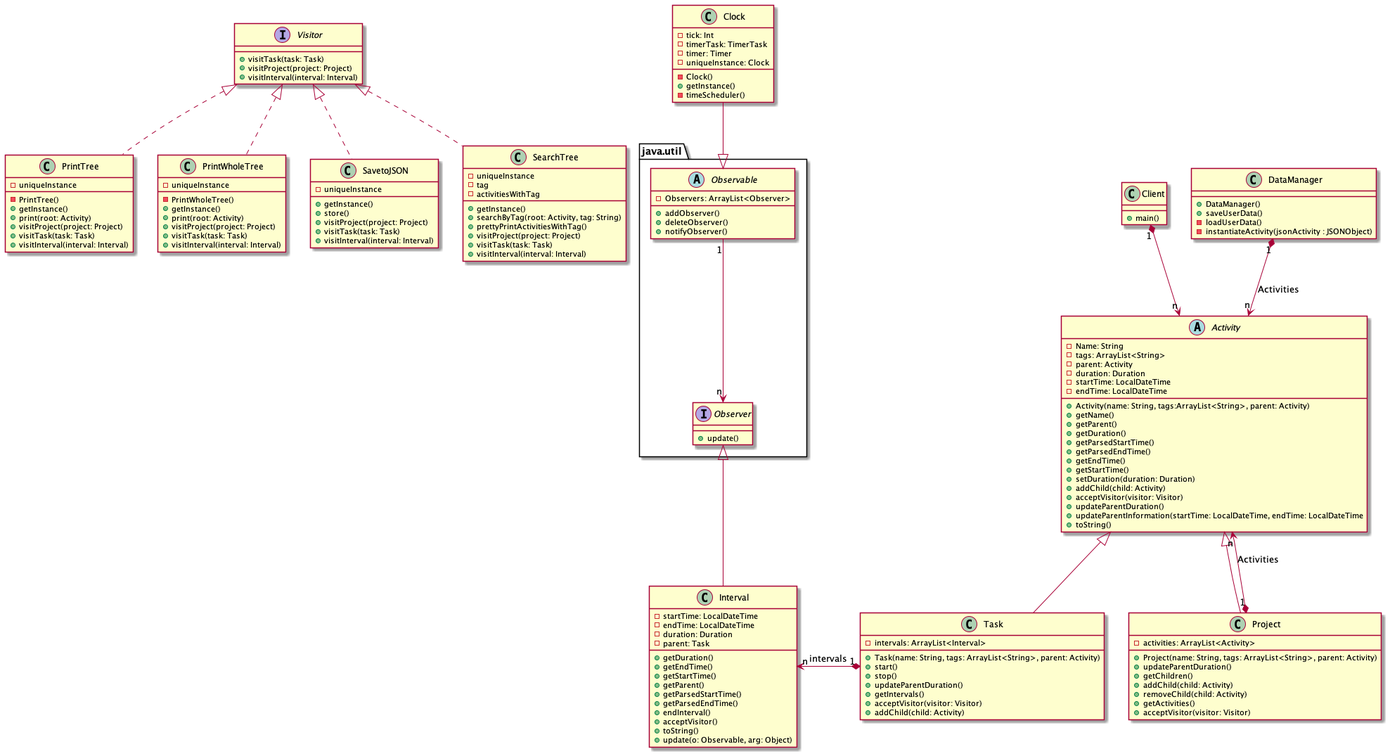
Above: DSTimeTracker.png in quimcamprubi/DS_Time_Tracker (PlantUML), before the change.
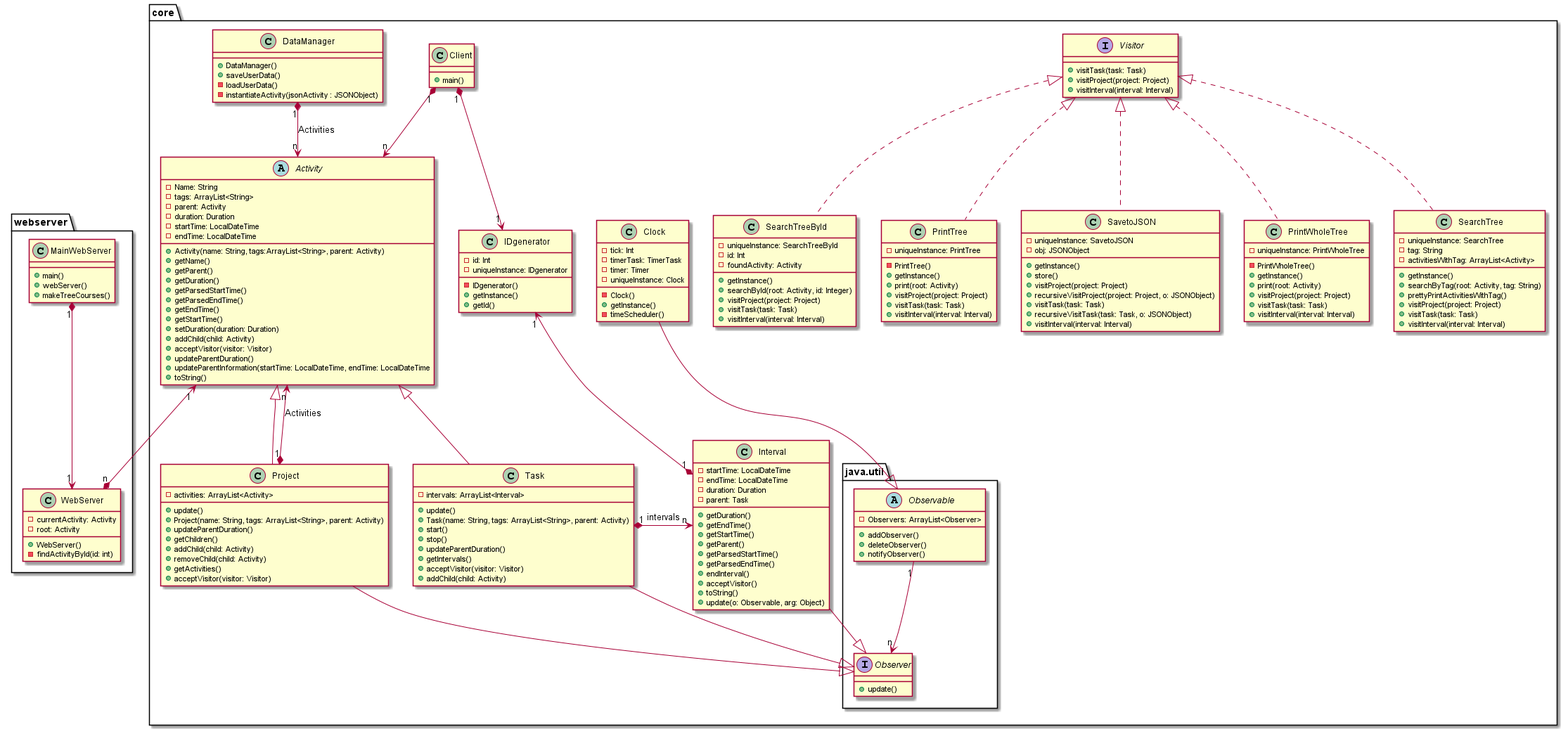
After the commit.

Commit message:
uml nou

The edit, as a diff of the source:
```diff
@@ -1,6 +1,6 @@
 @startuml
 
-
+package core <<Folder>> {
 abstract class Activity {
 - Name: String
 - tags: ArrayList<String>
@@ -25,6 +25,7 @@
 }
 
 class Project extends Activity {
++ update()
 - activities: ArrayList<Activity>
 + Project(name: String, tags: ArrayList<String>, parent: Activity)
 + updateParentDuration()
@@ -36,6 +37,7 @@
 }
 
 class Task extends Activity {
++ update()
 - intervals: ArrayList<Interval>
 + Task(name: String, tags: ArrayList<String>, parent: Activity)
 + start()
@@ -53,7 +55,7 @@
 }
 
 class PrintTree {
-- uniqueInstance
+- uniqueInstance: PrintTree
 - PrintTree()
 + getInstance()
 + print(root: Activity)
@@ -63,7 +65,7 @@
 }
 
 class PrintWholeTree {
-- uniqueInstance
+- uniqueInstance: PrintWholeTree
 - PrintWholeTree()
 + getInstance()
 + print(root: Activity)
@@ -73,21 +75,35 @@
 }
 
 class SavetoJSON {
-- uniqueInstance
+- uniqueInstance: SavetoJSON
+- obj: JSONObject
 + getInstance()
 + store()
++ visitProject(project: Project)
++ recursiveVisitProject(project: Project, o: JSONObject)
++ visitTask(task: Task)
++ recursiveVisitTask(task: Task, o: JSONObject)
++ visitInterval(interval: Interval)
+}
+
+class SearchTree {
+- uniqueInstance: SearchTree
+- tag: String
+- activitiesWithTag: ArrayList<Activity>
++ getInstance()
++ searchByTag(root: Activity, tag: String)
++ prettyPrintActivitiesWithTag()
 + visitProject(project: Project)
 + visitTask(task: Task)
 + visitInterval(interval: Interval)
 }
 
-class SearchTree {
-- uniqueInstance
-- tag
-- activitiesWithTag
+class SearchTreeById {
+- uniqueInstance: SearchTreeById
+- id: Int
+- foundActivity: Activity
 + getInstance()
-+ searchByTag(root: Activity, tag: String)
-+ prettyPrintActivitiesWithTag()
++ searchById(root: Activity, id: Integer)
 + visitProject(project: Project)
 + visitTask(task: Task)
 + visitInterval(interval: Interval)
@@ -133,6 +149,14 @@
 - timeScheduler()
 }
 
+class IDgenerator{
+- id: Int
+- uniqueInstance: IDgenerator
+- IDgenerator()
++ getInstance()
++ getId()
+}
+
 class Client {
 + main()
 }
@@ -143,18 +167,50 @@
 - loadUserData()
 - instantiateActivity(jsonActivity : JSONObject)
 }
+}
 
+package webserver <<Folder>> {
+
+class MainWebServer{
++ main()
++ webServer()
++ makeTreeCourses()
+}
+
+class WebServer{
+- currentActivity: Activity
+- root: Activity
++WebServer()
+-findActivityById(id: int)
+
+}
+
+}
 DataManager "1" *-down-> "n" Activity: Activities
 Project "1" *-up-> "n" Activity: Activities
 Client "1" *-down-> "n" Activity
+Client "1" *-down-> "1" IDgenerator
+Interval "1" *-up-> "1" IDgenerator
+
 Task "1" *-left-> "n" Interval: intervals
 Clock -down-|> Observable
 Observable "1" -Down-> "n" Observer
-Interval -up-|> Observer
+Task -down-|> Observer
+Project -down-|> Observer
+Interval -down-|> Observer
+
+
 Task -[hidden]right-> Project
 PrintTree .up.|> Visitor
 PrintWholeTree .up.|> Visitor
 SavetoJSON .up.|> Visitor
+SearchTreeById .up.|> Visitor
+
 SearchTree .up.|> Visitor
 
+MainWebServer "1" *-down-> "1" WebServer
+WebServer "n" *-up-> "1" Activity
+
+
+
 @enduml
```
